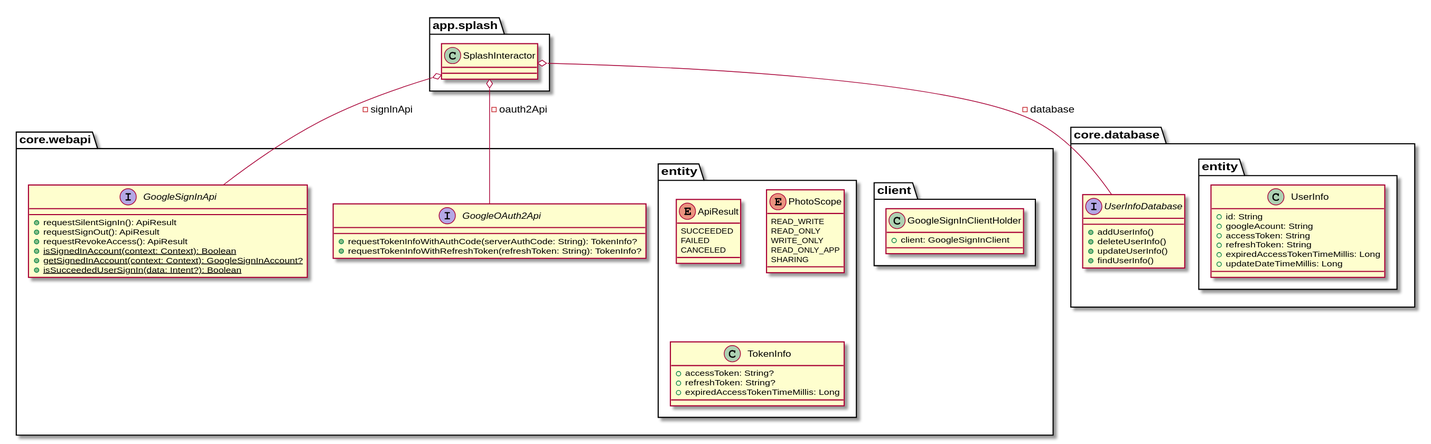
Earlier version of the PlantUML export uml/splash/class_diagram_splash_api.svg (sallyluenoa/PhotoSlideShow). Its diagram source:
```plantuml
@startuml
namespace app.splash {
  class SplashInteractor
}

namespace core.webapi {
  interface GoogleSignInApi {
    + requestSilentSignIn(): ApiResult
    + requestSignOut(): ApiResult
    + requestRevokeAccess(): ApiResult
    + {static} isSignedInAccount(context: Context): Boolean
    + {static} getSignedInAccount(context: Context): GoogleSignInAccount?
    + {static} isSucceededUserSignIn(data: Intent?): Boolean
  }
  interface GoogleOAuth2Api {
    + requestTokenInfoWithAuthCode(serverAuthCode: String): TokenInfo?
    + requestTokenInfoWithRefreshToken(refreshToken: String): TokenInfo?
  }

  namespace client {
    class GoogleSignInClientHolder {
      + client: GoogleSignInClient
    }
  }

  namespace entity {
    enum ApiResult {
      SUCCEEDED
      FAILED
      CANCELED
    }
    enum PhotoScope {
      READ_WRITE
      READ_ONLY
      WRITE_ONLY
      READ_ONLY_APP
      SHARING
    }
    class TokenInfo {
      + accessToken: String?
      + refreshToken: String?
      + expiredAccessTokenTimeMillis: Long
    }
  }
}

namespace core.database {
  interface UserInfoDatabase {
    + addUserInfo()
    + deleteUserInfo()
    + updateUserInfo()
    + findUserInfo()
  }

  namespace entity {
    class UserInfo {
      + id: String
      + googleAcount: String
      + accessToken: String
      + refreshToken: String
      + expiredAccessTokenTimeMillis: Long
      + updateDateTimeMillis: Long
    }
  }
}

app.splash.SplashInteractor o-- core.webapi.GoogleSignInApi: -signInApi
app.splash.SplashInteractor o-- core.webapi.GoogleOAuth2Api: -oauth2Api
app.splash.SplashInteractor o-- core.database.UserInfoDatabase: -database
@enduml
```
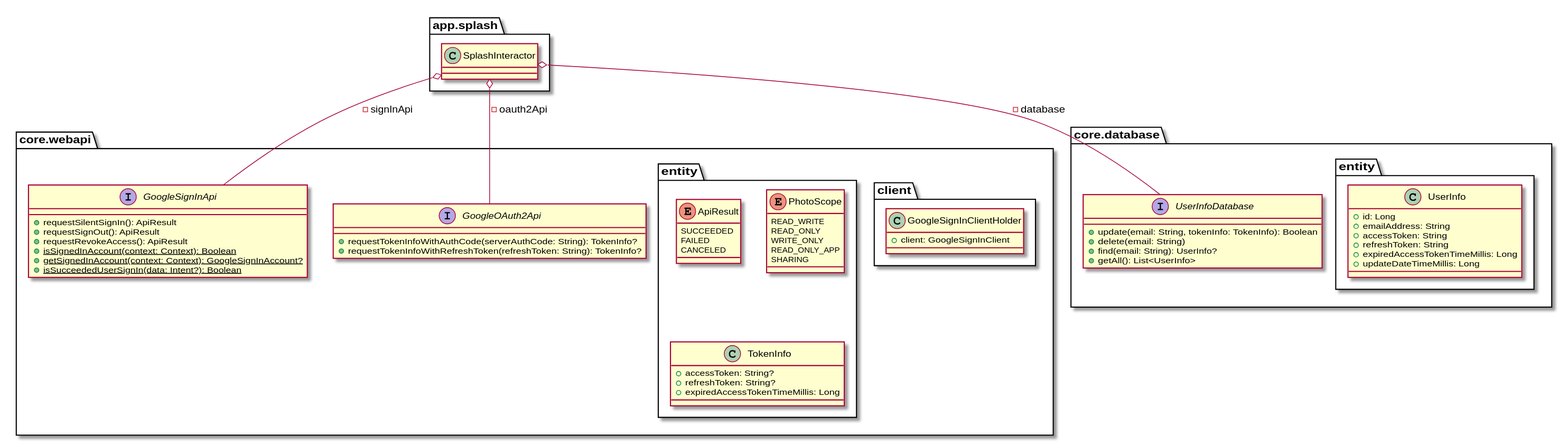
Later version of the same file.

What changed in the source:
```diff
@@ -46,16 +46,16 @@
 
 namespace core.database {
   interface UserInfoDatabase {
-    + addUserInfo()
-    + deleteUserInfo()
-    + updateUserInfo()
-    + findUserInfo()
+    + update(email: String, tokenInfo: TokenInfo): Boolean
+    + delete(email: String)
+    + find(email: String): UserInfo?
+    + getAll(): List<UserInfo>
   }
 
   namespace entity {
     class UserInfo {
-      + id: String
-      + googleAcount: String
+      + id: Long
+      + emailAddress: String
       + accessToken: String
       + refreshToken: String
       + expiredAccessTokenTimeMillis: Long
```
